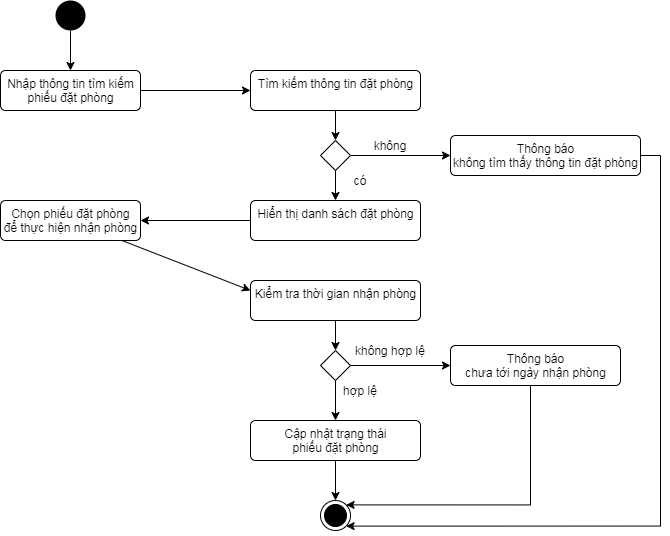
KNhaa/DoAnCNPM keeps this draw.io diagram as Phan_Tich_Thiet_Ke/Diagram/Activity_Diagram/Activity_Diagram_NhanPhong.png. Above is the earlier version. Source tidied: cells renumbered, new cells last; positions are measured from the earlier drawing's top-left corner, leaving out a move shared by most shapes.
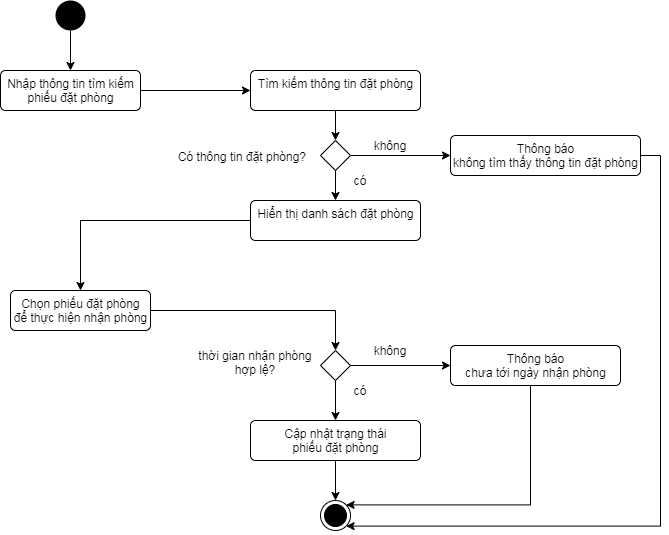
The same file after the commit.

The edit, as a diff of the source:
```diff
@@ -20,7 +20,7 @@
     <mxCell id="7" value="Tìm kiếm thông tin đặt phòng" style="html=1;align=center;verticalAlign=top;rounded=1;absoluteArcSize=1;arcSize=10;dashed=0;" parent="1" vertex="1">
       <mxGeometry x="250" y="70" width="170" height="40" as="geometry" />
     </mxCell>
-    <mxCell id="8" style="edgeStyle=orthogonalEdgeStyle;rounded=0;jettySize=auto;html=1;entryX=1;entryY=0.5;entryDx=0;entryDy=0;" parent="1" edge="1" source="9" target="18">
+    <mxCell id="8" style="edgeStyle=orthogonalEdgeStyle;rounded=0;jettySize=auto;html=1;entryX=0.5;entryY=0;entryDx=0;entryDy=0;" parent="1" edge="1" source="9" target="18">
       <mxGeometry relative="1" as="geometry" />
     </mxCell>
     <mxCell id="9" value="Hiển thị danh sách đặt phòng" style="html=1;align=center;verticalAlign=top;rounded=1;absoluteArcSize=1;arcSize=10;dashed=0;" parent="1" vertex="1">
@@ -52,18 +52,12 @@
     <mxCell id="16" value="có" style="text;html=1;strokeColor=none;fillColor=none;align=center;verticalAlign=middle;whiteSpace=wrap;rounded=0;" parent="1" vertex="1">
       <mxGeometry x="340" y="170" width="40" height="20" as="geometry" />
     </mxCell>
-    <mxCell id="17" style="rounded=0;jettySize=auto;html=1;entryX=0;entryY=0.25;entryDx=0;entryDy=0;" parent="1" edge="1" source="18" target="20">
+    <mxCell id="17" style="rounded=0;jettySize=auto;html=1;entryX=0.5;entryY=0;entryDx=0;entryDy=0;edgeStyle=orthogonalEdgeStyle;" parent="1" edge="1" source="18" target="25">
       <mxGeometry relative="1" as="geometry" />
     </mxCell>
     <mxCell id="18" value="Chọn phiếu đặt phòng&lt;br&gt;để thực hiện nhận phòng" style="html=1;align=center;verticalAlign=top;rounded=1;absoluteArcSize=1;arcSize=10;dashed=0;" parent="1" vertex="1">
-      <mxGeometry y="200" width="140" height="40" as="geometry" />
+      <mxGeometry x="10" y="290" width="140" height="40" as="geometry" />
     </mxCell>
-    <mxCell id="19" style="edgeStyle=none;rounded=0;jettySize=auto;html=1;" parent="1" edge="1" source="20" target="25">
-      <mxGeometry relative="1" as="geometry" />
-    </mxCell>
-    <mxCell id="20" value="Kiểm tra thời gian nhận phòng" style="html=1;align=center;verticalAlign=top;rounded=1;absoluteArcSize=1;arcSize=10;dashed=0;" parent="1" vertex="1">
-      <mxGeometry x="250" y="280" width="170" height="40" as="geometry" />
-    </mxCell>
     <mxCell id="21" style="edgeStyle=none;rounded=0;jettySize=auto;html=1;" parent="1" edge="1" source="22" target="30">
       <mxGeometry relative="1" as="geometry" />
     </mxCell>
@@ -89,14 +83,20 @@
     <mxCell id="27" value="Thông báo&lt;br&gt;chưa tới ngày nhận phòng" style="html=1;align=center;verticalAlign=top;rounded=1;absoluteArcSize=1;arcSize=10;dashed=0;" parent="1" vertex="1">
       <mxGeometry x="450" y="345" width="170" height="40" as="geometry" />
     </mxCell>
-    <mxCell id="28" value="không hợp lệ&lt;br&gt;" style="text;html=1;strokeColor=none;fillColor=none;align=center;verticalAlign=middle;whiteSpace=wrap;rounded=0;" parent="1" vertex="1">
+    <mxCell id="28" value="không" style="text;html=1;strokeColor=none;fillColor=none;align=center;verticalAlign=middle;whiteSpace=wrap;rounded=0;" parent="1" vertex="1">
       <mxGeometry x="350" y="340" width="80" height="20" as="geometry" />
     </mxCell>
-    <mxCell id="29" value="hợp lệ" style="text;html=1;strokeColor=none;fillColor=none;align=center;verticalAlign=middle;whiteSpace=wrap;rounded=0;" parent="1" vertex="1">
+    <mxCell id="29" value="có" style="text;html=1;strokeColor=none;fillColor=none;align=center;verticalAlign=middle;whiteSpace=wrap;rounded=0;" parent="1" vertex="1">
       <mxGeometry x="340" y="380" width="40" height="20" as="geometry" />
     </mxCell>
     <mxCell id="30" style="ellipse;html=1;shape=endState;fillColor=#000000;strokeColor=#000000;" parent="1" vertex="1">
       <mxGeometry x="320" y="500" width="30" height="30" as="geometry" />
     </mxCell>
+    <mxCell id="31" value="Có thông tin đặt phòng?" style="text;html=1;strokeColor=none;fillColor=none;align=center;verticalAlign=middle;whiteSpace=wrap;rounded=0;" parent="1" vertex="1">
+      <mxGeometry x="175" y="146" width="134" height="20" as="geometry" />
+    </mxCell>
+    <mxCell id="32" value="thời gian nhận phòng hợp lệ?" style="text;html=1;strokeColor=none;fillColor=none;align=center;verticalAlign=middle;whiteSpace=wrap;rounded=0;" parent="1" vertex="1">
+      <mxGeometry x="190" y="352" width="130" height="20" as="geometry" />
+    </mxCell>
   </root>
 </mxGraphModel>
```
